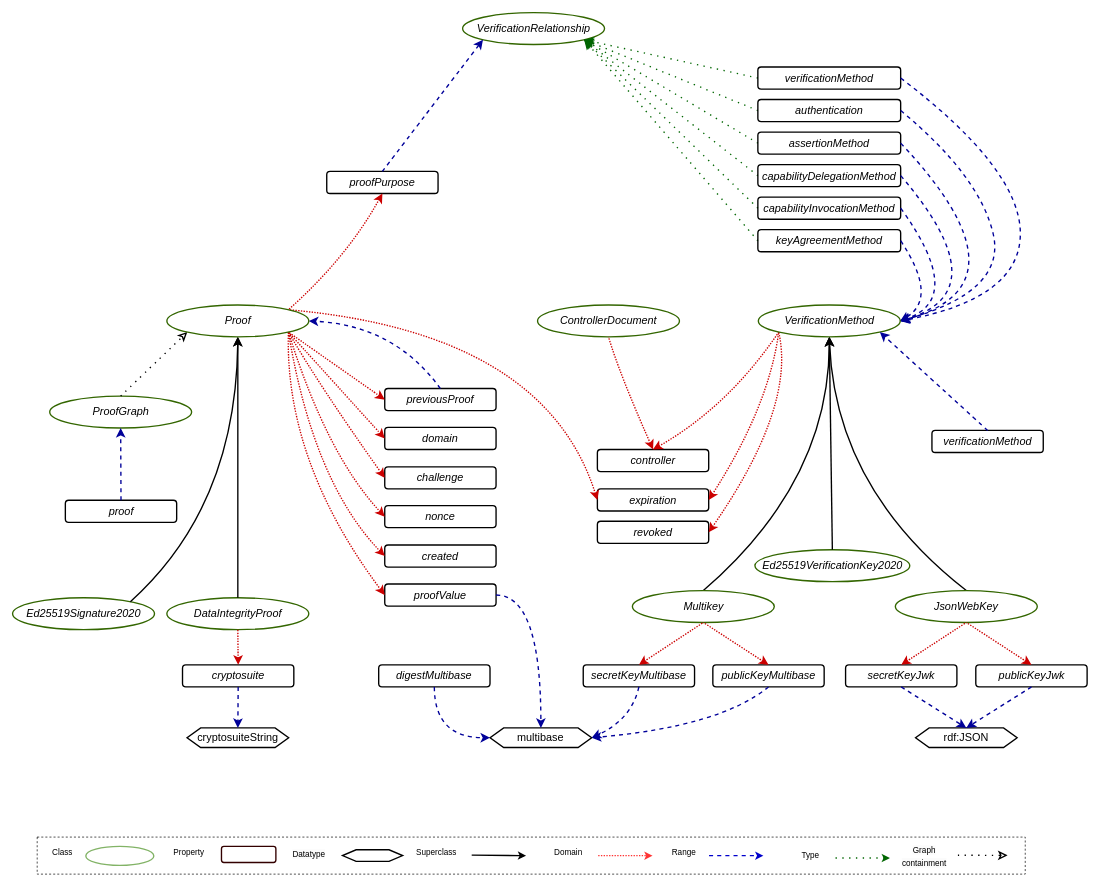
This is vocab/security/vocabulary.drawio from TallTed/vc-data-integrity, a draw.io file, before an edit. Source tidied: cells renumbered, new cells numbered last; positions are measured from the earlier drawing's top-left corner, leaving out a move shared by most shapes. Both pictures are drawn from the tidied source at 68%, with x=0, y=0 at pixel (12, 12).
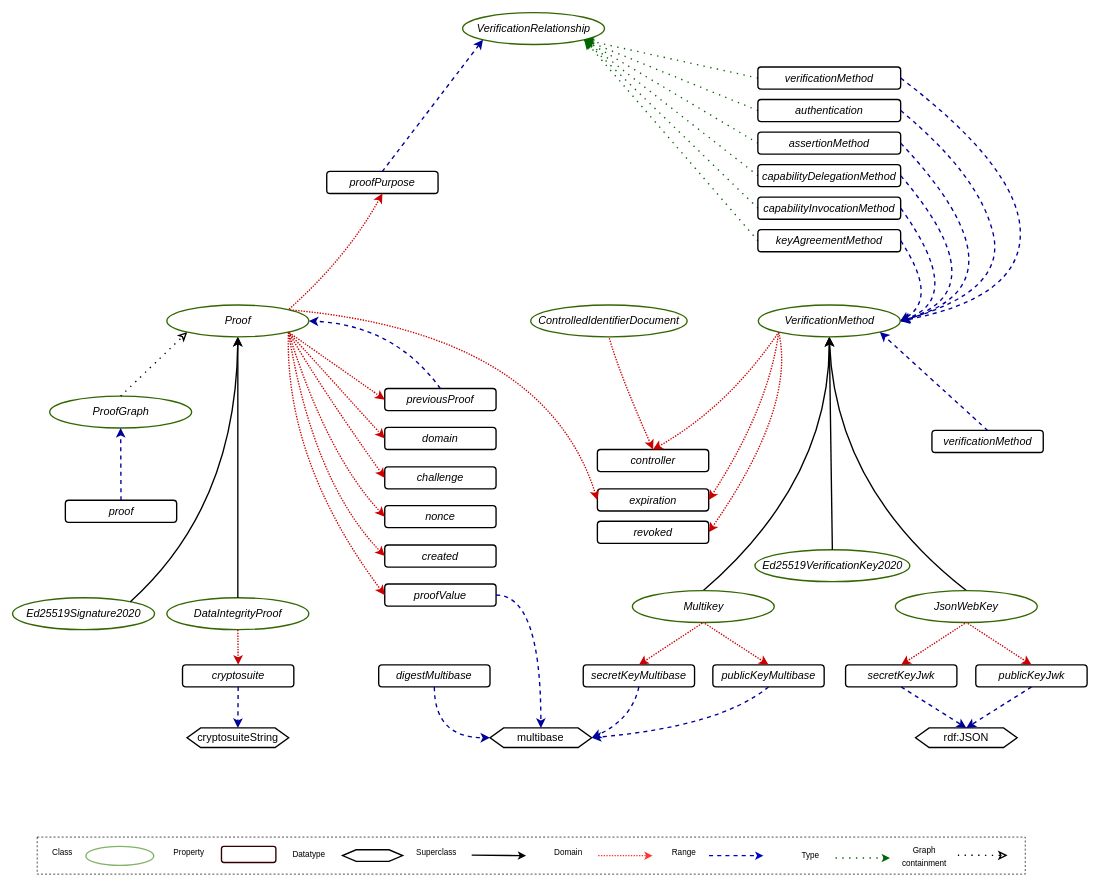
The same page after the edit.

Commit message (it also covers changes not shown here):
Changed the class name to ControlledIdentifierDocument

What changed in the source:
```diff
@@
-    <mxCell id="113" value="&lt;i&gt;ControllerDocument&lt;/i&gt;" style="ellipse;whiteSpace=wrap;html=1;fontSize=16;fillColor=none;strokeWidth=2;strokeColor=#336600;" parent="1" vertex="1">
-      <mxGeometry x="772" y="430" width="208.7" height="46.9" as="geometry" />
+    <mxCell id="113" value="&lt;i&gt;ControlledIdentifierDocument&lt;/i&gt;" style="ellipse;whiteSpace=wrap;html=1;fontSize=16;fillColor=none;strokeWidth=2;strokeColor=#336600;" parent="1" vertex="1">
+      <mxGeometry x="762" y="430" width="230" height="46.9" as="geometry" />
     </mxCell>
```
